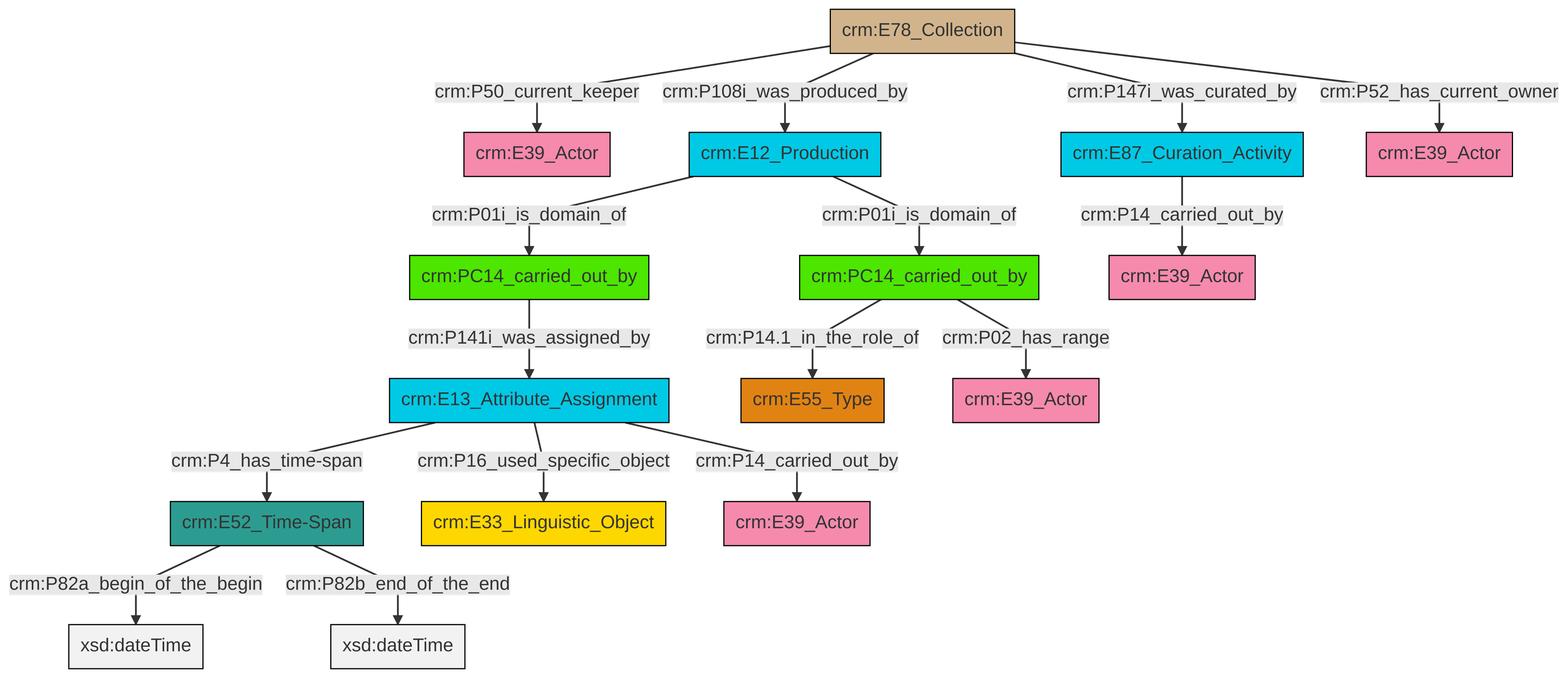
This is et/archivalCSV/ttl/mmd/png/archival_relation.png from swiss-art-research-net/docs.swissartresearch, a Mermaid export, as it was before one commit. Its source is kept beside it as et/archivalCSV/ttl/mmd/archival_relation.ttl.mmd.
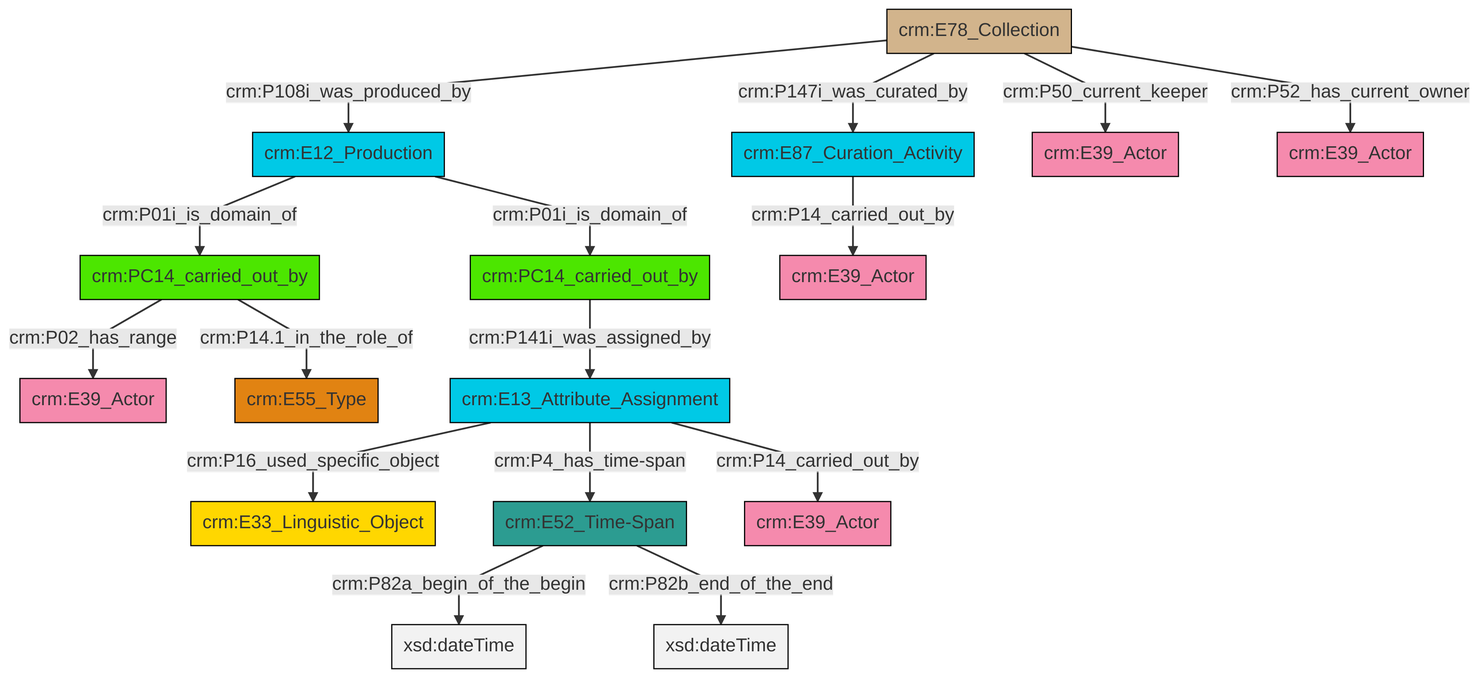
The same diagram one commit later.

Diff of the diagram source:
```diff
@@ -13,18 +13,18 @@
 classDef PC_Classes fill:#4ce600, stroke:#000000;
 classDef Multi fill:#cccccc,stroke:#000000;
 
-2["crm:E13_Attribute_Assignment"]:::Temporal_Entity -->|crm:P16_used_specific_object| 3["crm:E33_Linguistic_Object"]:::Conceptual_Object
-6["crm:E78_Collection"]:::Physical_Thing -->|crm:P50_current_keeper| 7["crm:E39_Actor"]:::Actor
-0["crm:E52_Time-Span"]:::Time-Span -->|crm:P82a_begin_of_the_begin| 8[xsd:dateTime]:::Literal
-0["crm:E52_Time-Span"]:::Time-Span -->|crm:P82b_end_of_the_end| 9[xsd:dateTime]:::Literal
-11["crm:E12_Production"]:::Temporal_Entity -->|crm:P01i_is_domain_of| 12["crm:PC14_carried_out_by"]:::PC_Classes
-4["crm:PC14_carried_out_by"]:::PC_Classes -->|crm:P14.1_in_the_role_of| 14["crm:E55_Type"]:::Type
-4["crm:PC14_carried_out_by"]:::PC_Classes -->|crm:P02_has_range| 18["crm:E39_Actor"]:::Actor
-11["crm:E12_Production"]:::Temporal_Entity -->|crm:P01i_is_domain_of| 4["crm:PC14_carried_out_by"]:::PC_Classes
-6["crm:E78_Collection"]:::Physical_Thing -->|crm:P147i_was_curated_by| 16["crm:E87_Curation_Activity"]:::Temporal_Entity
-2["crm:E13_Attribute_Assignment"]:::Temporal_Entity -->|crm:P14_carried_out_by| 26["crm:E39_Actor"]:::Actor
-12["crm:PC14_carried_out_by"]:::PC_Classes -->|crm:P141i_was_assigned_by| 2["crm:E13_Attribute_Assignment"]:::Temporal_Entity
-6["crm:E78_Collection"]:::Physical_Thing -->|crm:P108i_was_produced_by| 11["crm:E12_Production"]:::Temporal_Entity
-2["crm:E13_Attribute_Assignment"]:::Temporal_Entity -->|crm:P4_has_time-span| 0["crm:E52_Time-Span"]:::Time-Span
-16["crm:E87_Curation_Activity"]:::Temporal_Entity -->|crm:P14_carried_out_by| 23["crm:E39_Actor"]:::Actor
-6["crm:E78_Collection"]:::Physical_Thing -->|crm:P52_has_current_owner| 19["crm:E39_Actor"]:::Actor
+4["crm:E12_Production"]:::Temporal_Entity -->|crm:P01i_is_domain_of| 0["crm:PC14_carried_out_by"]:::PC_Classes
+0["crm:PC14_carried_out_by"]:::PC_Classes -->|crm:P14.1_in_the_role_of| 5["crm:E55_Type"]:::Type
+7["crm:E78_Collection"]:::Physical_Thing -->|crm:P108i_was_produced_by| 4["crm:E12_Production"]:::Temporal_Entity
+12["crm:E87_Curation_Activity"]:::Temporal_Entity -->|crm:P14_carried_out_by| 14["crm:E39_Actor"]:::Actor
+15["crm:E13_Attribute_Assignment"]:::Temporal_Entity -->|crm:P16_used_specific_object| 8["crm:E33_Linguistic_Object"]:::Conceptual_Object
+16["crm:E52_Time-Span"]:::Time-Span -->|crm:P82a_begin_of_the_begin| 17[xsd:dateTime]:::Literal
+10["crm:PC14_carried_out_by"]:::PC_Classes -->|crm:P141i_was_assigned_by| 15["crm:E13_Attribute_Assignment"]:::Temporal_Entity
+7["crm:E78_Collection"]:::Physical_Thing -->|crm:P50_current_keeper| 18["crm:E39_Actor"]:::Actor
+15["crm:E13_Attribute_Assignment"]:::Temporal_Entity -->|crm:P14_carried_out_by| 22["crm:E39_Actor"]:::Actor
+0["crm:PC14_carried_out_by"]:::PC_Classes -->|crm:P02_has_range| 2["crm:E39_Actor"]:::Actor
+7["crm:E78_Collection"]:::Physical_Thing -->|crm:P147i_was_curated_by| 12["crm:E87_Curation_Activity"]:::Temporal_Entity
+7["crm:E78_Collection"]:::Physical_Thing -->|crm:P52_has_current_owner| 25["crm:E39_Actor"]:::Actor
+16["crm:E52_Time-Span"]:::Time-Span -->|crm:P82b_end_of_the_end| 27[xsd:dateTime]:::Literal
+4["crm:E12_Production"]:::Temporal_Entity -->|crm:P01i_is_domain_of| 10["crm:PC14_carried_out_by"]:::PC_Classes
+15["crm:E13_Attribute_Assignment"]:::Temporal_Entity -->|crm:P4_has_time-span| 16["crm:E52_Time-Span"]:::Time-Span
```
